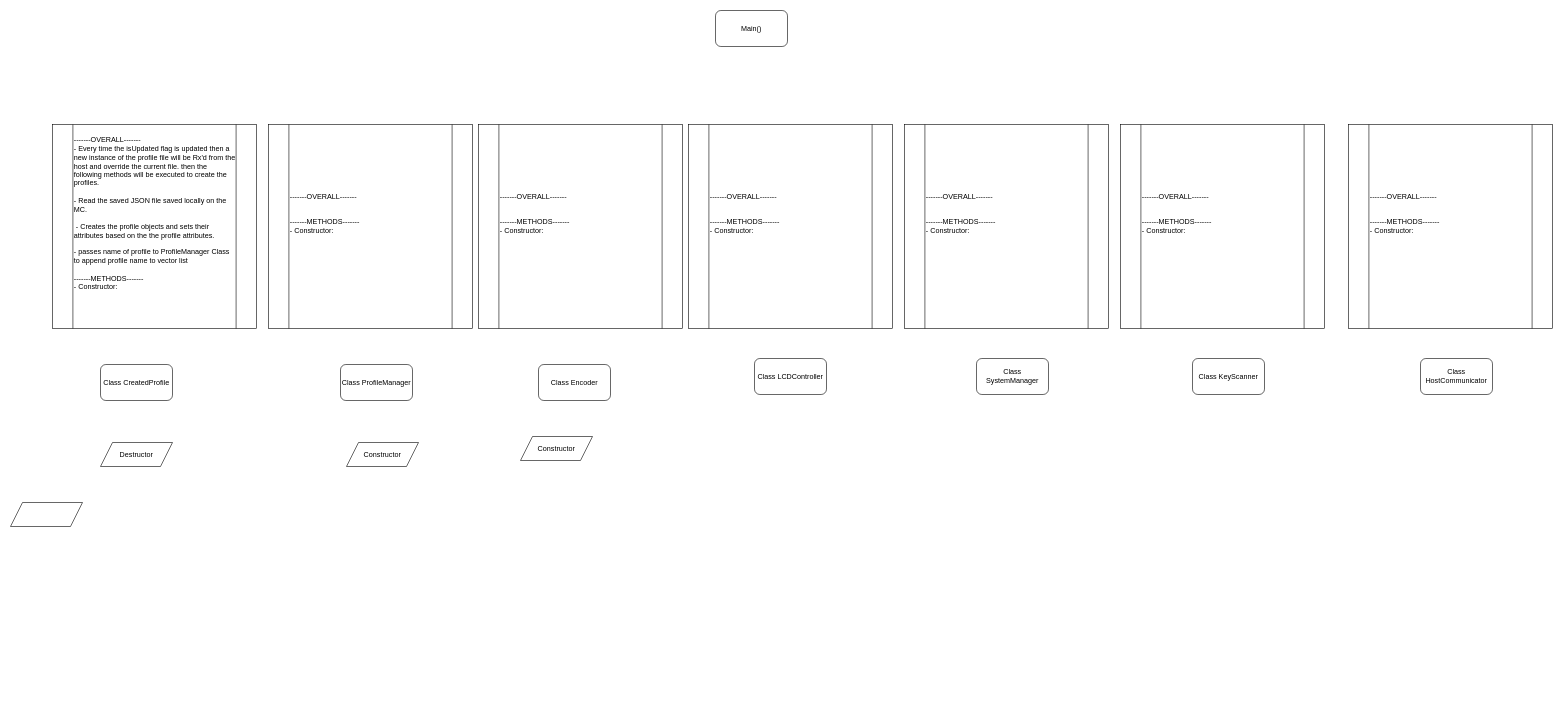
The draw.io diagram MicroController Layout.drawio in milkBread01/keyboard_GUI_and_Scanner, before the edit. Source tidied: cells renumbered, new cells numbered last; positions are measured from the earlier drawing's top-left corner, leaving out a move shared by most shapes. Both pictures are drawn from the tidied source at 60%, with x=0, y=0 at pixel (10, 10).
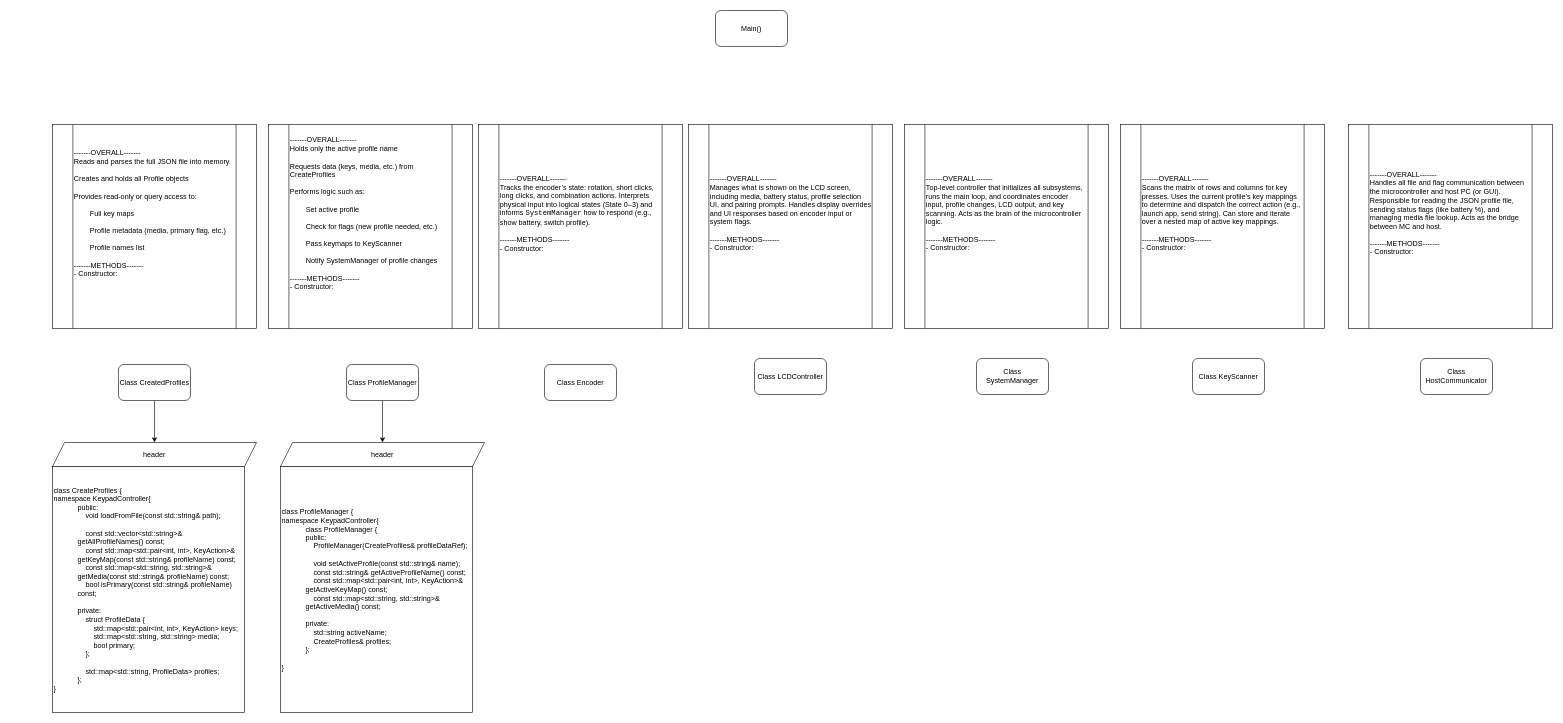
The same diagram, later.

The edit, as a diff of the source:
```diff
@@
     <mxCell id="3" value="Class Encoder" style="rounded=1;whiteSpace=wrap;html=1;" parent="1" vertex="1">
-      <mxGeometry x="880" y="590" width="120" height="60" as="geometry" />
+      <mxGeometry x="890" y="590" width="120" height="60" as="geometry" />
     </mxCell>
+    <mxCell id="21" style="edgeStyle=orthogonalEdgeStyle;rounded=0;jettySize=auto;html=1;" parent="1" edge="1" source="4" target="24">
+      <mxGeometry relative="1" as="geometry" />
+    </mxCell>
     <mxCell id="4" value="Class ProfileManager" style="rounded=1;whiteSpace=wrap;html=1;" parent="1" vertex="1">
-      <mxGeometry x="550" y="590" width="120" height="60" as="geometry" />
+      <mxGeometry x="560" y="590" width="120" height="60" as="geometry" />
     </mxCell>
@@
+    <mxCell id="22" style="edgeStyle=orthogonalEdgeStyle;rounded=0;jettySize=auto;html=1;entryX=0.5;entryY=0;entryDx=0;entryDy=0;" parent="1" edge="1" source="9" target="10">
+      <mxGeometry relative="1" as="geometry" />
+    </mxCell>
-    <mxCell id="9" value="Class CreatedProfile" style="rounded=1;whiteSpace=wrap;html=1;" parent="1" vertex="1">
-      <mxGeometry x="150" y="590" width="120" height="60" as="geometry" />
+    <mxCell id="9" value="Class CreatedProfiles" style="rounded=1;whiteSpace=wrap;html=1;" parent="1" vertex="1">
+      <mxGeometry x="180" y="590" width="120" height="60" as="geometry" />
     </mxCell>
-    <mxCell id="10" value="Destructor" style="shape=parallelogram;perimeter=parallelogramPerimeter;whiteSpace=wrap;html=1;fixedSize=1;" parent="1" vertex="1">
-      <mxGeometry x="150" y="720" width="120" height="40" as="geometry" />
+    <mxCell id="10" value="header" style="shape=parallelogram;perimeter=parallelogramPerimeter;whiteSpace=wrap;html=1;fixedSize=1;" parent="1" vertex="1">
+      <mxGeometry x="70" y="720" width="340" height="40" as="geometry" />
     </mxCell>
-    <mxCell id="11" value="Constructor" style="shape=parallelogram;perimeter=parallelogramPerimeter;whiteSpace=wrap;html=1;fixedSize=1;" parent="1" vertex="1">
-      <mxGeometry x="850" y="710" width="120" height="40" as="geometry" />
-    </mxCell>
-    <mxCell id="12" style="shape=parallelogram;perimeter=parallelogramPerimeter;whiteSpace=wrap;html=1;fixedSize=1;" parent="1" vertex="1">
-      <mxGeometry y="820" width="120" height="40" as="geometry" />
-    </mxCell>
-    <mxCell id="13" value="Constructor" style="shape=parallelogram;perimeter=parallelogramPerimeter;whiteSpace=wrap;html=1;fixedSize=1;" parent="1" vertex="1">
-      <mxGeometry x="560" y="720" width="120" height="40" as="geometry" />
-    </mxCell>
-    <mxCell id="14" value="-------OVERALL-------&amp;nbsp;&lt;div&gt;- Every time the isUpdated flag is updated then a new instance of the profile file will be Rx'd from the host and override the current file. then the following methods will be executed to create the profiles.&amp;nbsp;&lt;/div&gt;&lt;div&gt;&lt;br&gt;&lt;div&gt;- Read the saved JSON file saved locally on the MC.&amp;nbsp;&lt;/div&gt;&lt;div&gt;&lt;br&gt;&lt;/div&gt;&lt;div&gt;&amp;nbsp;- Creates the profile objects and sets their attributes based on the the profile attributes.&amp;nbsp;&lt;/div&gt;&lt;div&gt;&lt;br&gt;&lt;/div&gt;&lt;div&gt;- passes name of profile to ProfileManager Class to append profile name to vector list&amp;nbsp;&lt;/div&gt;&lt;div&gt;&lt;br&gt;&lt;/div&gt;&lt;div&gt;-------METHODS-------&amp;nbsp;&lt;/div&gt;&lt;div&gt;- Constructor:&lt;br&gt;&lt;br&gt;&lt;br&gt;&lt;br&gt;&lt;/div&gt;&lt;/div&gt;" style="shape=process;whiteSpace=wrap;html=1;backgroundOutline=1;align=left;" parent="1" vertex="1">
+    <mxCell id="14" value="-------OVERALL-------&amp;nbsp;&lt;div&gt;&lt;div&gt;Reads and parses the full JSON file into memory&lt;/div&gt;&lt;div&gt;&lt;br&gt;&lt;/div&gt;&lt;div&gt;Creates and holds all Profile objects&lt;/div&gt;&lt;div&gt;&lt;br&gt;&lt;/div&gt;&lt;div&gt;Provides read-only or query access to:&lt;/div&gt;&lt;div&gt;&lt;br&gt;&lt;/div&gt;&lt;div&gt;&lt;span style=&quot;white-space: pre;&quot;&gt;&#9;&lt;/span&gt;Full key maps&lt;/div&gt;&lt;div&gt;&lt;br&gt;&lt;/div&gt;&lt;div&gt;&lt;span style=&quot;white-space: pre;&quot;&gt;&#9;&lt;/span&gt;Profile metadata (media, primary flag, etc.)&lt;/div&gt;&lt;div&gt;&lt;br&gt;&lt;/div&gt;&lt;div&gt;&lt;span style=&quot;white-space: pre;&quot;&gt;&#9;&lt;/span&gt;Profile names list&lt;/div&gt;&lt;/div&gt;&lt;div&gt;&lt;div&gt;&lt;br&gt;&lt;/div&gt;&lt;div&gt;-------METHODS-------&amp;nbsp;&lt;/div&gt;&lt;div&gt;- Constructor:&lt;br&gt;&lt;br&gt;&lt;br&gt;&lt;br&gt;&lt;/div&gt;&lt;/div&gt;" style="shape=process;whiteSpace=wrap;html=1;backgroundOutline=1;align=left;" parent="1" vertex="1">
       <mxGeometry x="70" y="190" width="340" height="340" as="geometry" />
     </mxCell>
-    <mxCell id="15" value="-------OVERALL-------&amp;nbsp;&lt;div&gt;&lt;br&gt;&lt;/div&gt;&lt;div&gt;&lt;div&gt;&lt;br&gt;&lt;/div&gt;&lt;div&gt;-------METHODS-------&amp;nbsp;&lt;/div&gt;&lt;div&gt;- Constructor:&lt;br&gt;&lt;br&gt;&lt;br&gt;&lt;br&gt;&lt;/div&gt;&lt;/div&gt;" style="shape=process;whiteSpace=wrap;html=1;backgroundOutline=1;align=left;" parent="1" vertex="1">
+    <mxCell id="15" value="-------OVERALL-------&amp;nbsp;&lt;div&gt;&lt;div&gt;Holds only the active profile name&lt;/div&gt;&lt;div&gt;&lt;br&gt;&lt;/div&gt;&lt;div&gt;Requests data (keys, media, etc.) from CreateProfiles&lt;/div&gt;&lt;div&gt;&lt;br&gt;&lt;/div&gt;&lt;div&gt;Performs logic such as:&lt;/div&gt;&lt;div&gt;&lt;br&gt;&lt;/div&gt;&lt;div&gt;&lt;span style=&quot;white-space: pre;&quot;&gt;&#9;&lt;/span&gt;Set active profile&lt;/div&gt;&lt;div&gt;&lt;br&gt;&lt;/div&gt;&lt;div&gt;&lt;span style=&quot;white-space: pre;&quot;&gt;&#9;&lt;/span&gt;Check for flags (new profile needed, etc.)&lt;/div&gt;&lt;div&gt;&lt;br&gt;&lt;/div&gt;&lt;div&gt;&lt;span style=&quot;white-space: pre;&quot;&gt;&#9;&lt;/span&gt;Pass keymaps to KeyScanner&lt;/div&gt;&lt;div&gt;&lt;br&gt;&lt;/div&gt;&lt;div&gt;&lt;span style=&quot;white-space: pre;&quot;&gt;&#9;&lt;/span&gt;Notify SystemManager of profile changes&lt;/div&gt;&lt;/div&gt;&lt;div&gt;&lt;div&gt;&lt;br&gt;&lt;/div&gt;&lt;div&gt;-------METHODS-------&amp;nbsp;&lt;/div&gt;&lt;div&gt;- Constructor:&lt;br&gt;&lt;br&gt;&lt;br&gt;&lt;br&gt;&lt;/div&gt;&lt;/div&gt;" style="shape=process;whiteSpace=wrap;html=1;backgroundOutline=1;align=left;" parent="1" vertex="1">
       <mxGeometry x="430" y="190" width="340" height="340" as="geometry" />
     </mxCell>
-    <mxCell id="16" value="-------OVERALL-------&amp;nbsp;&lt;div&gt;&lt;br&gt;&lt;/div&gt;&lt;div&gt;&lt;div&gt;&lt;br&gt;&lt;/div&gt;&lt;div&gt;-------METHODS-------&amp;nbsp;&lt;/div&gt;&lt;div&gt;- Constructor:&lt;br&gt;&lt;br&gt;&lt;br&gt;&lt;br&gt;&lt;/div&gt;&lt;/div&gt;" style="shape=process;whiteSpace=wrap;html=1;backgroundOutline=1;align=left;" parent="1" vertex="1">
+    <mxCell id="16" value="-------OVERALL-------&amp;nbsp;&lt;div&gt;Tracks the encoder’s state: rotation, short clicks, long clicks, and combination actions. Interprets physical input into logical states (State 0–3) and informs &lt;code&gt;SystemManager&lt;/code&gt; how to respond (e.g., show battery, switch profile).&lt;/div&gt;&lt;div&gt;&lt;div&gt;&lt;br&gt;&lt;/div&gt;&lt;div&gt;-------METHODS-------&amp;nbsp;&lt;/div&gt;&lt;div&gt;- Constructor:&lt;br&gt;&lt;br&gt;&lt;br&gt;&lt;br&gt;&lt;/div&gt;&lt;/div&gt;" style="shape=process;whiteSpace=wrap;html=1;backgroundOutline=1;align=left;" parent="1" vertex="1">
       <mxGeometry x="780" y="190" width="340" height="340" as="geometry" />
     </mxCell>
-    <mxCell id="17" value="-------OVERALL-------&amp;nbsp;&lt;div&gt;&lt;br&gt;&lt;/div&gt;&lt;div&gt;&lt;div&gt;&lt;br&gt;&lt;/div&gt;&lt;div&gt;-------METHODS-------&amp;nbsp;&lt;/div&gt;&lt;div&gt;- Constructor:&lt;br&gt;&lt;br&gt;&lt;br&gt;&lt;br&gt;&lt;/div&gt;&lt;/div&gt;" style="shape=process;whiteSpace=wrap;html=1;backgroundOutline=1;align=left;" parent="1" vertex="1">
+    <mxCell id="17" value="-------OVERALL-------&amp;nbsp;&lt;div&gt;Manages what is shown on the LCD screen, including media, battery status, profile selection UI, and pairing prompts. Handles display overrides and UI responses based on encoder input or system flags.&lt;/div&gt;&lt;div&gt;&lt;div&gt;&lt;br&gt;&lt;/div&gt;&lt;div&gt;-------METHODS-------&amp;nbsp;&lt;/div&gt;&lt;div&gt;- Constructor:&lt;br&gt;&lt;br&gt;&lt;br&gt;&lt;br&gt;&lt;/div&gt;&lt;/div&gt;" style="shape=process;whiteSpace=wrap;html=1;backgroundOutline=1;align=left;" parent="1" vertex="1">
       <mxGeometry x="1130" y="190" width="340" height="340" as="geometry" />
     </mxCell>
-    <mxCell id="18" value="-------OVERALL-------&amp;nbsp;&lt;div&gt;&lt;br&gt;&lt;/div&gt;&lt;div&gt;&lt;div&gt;&lt;br&gt;&lt;/div&gt;&lt;div&gt;-------METHODS-------&amp;nbsp;&lt;/div&gt;&lt;div&gt;- Constructor:&lt;br&gt;&lt;br&gt;&lt;br&gt;&lt;br&gt;&lt;/div&gt;&lt;/div&gt;" style="shape=process;whiteSpace=wrap;html=1;backgroundOutline=1;align=left;" parent="1" vertex="1">
+    <mxCell id="18" value="-------OVERALL-------&amp;nbsp;&lt;div&gt;Top-level controller that initializes all subsystems, runs the main loop, and coordinates encoder input, profile changes, LCD output, and key scanning. Acts as the brain of the microcontroller logic.&lt;/div&gt;&lt;div&gt;&lt;div&gt;&lt;br&gt;&lt;/div&gt;&lt;div&gt;-------METHODS-------&amp;nbsp;&lt;/div&gt;&lt;div&gt;- Constructor:&lt;br&gt;&lt;br&gt;&lt;br&gt;&lt;br&gt;&lt;/div&gt;&lt;/div&gt;" style="shape=process;whiteSpace=wrap;html=1;backgroundOutline=1;align=left;" parent="1" vertex="1">
       <mxGeometry x="1490" y="190" width="340" height="340" as="geometry" />
     </mxCell>
-    <mxCell id="19" value="-------OVERALL-------&amp;nbsp;&lt;div&gt;&lt;br&gt;&lt;/div&gt;&lt;div&gt;&lt;div&gt;&lt;br&gt;&lt;/div&gt;&lt;div&gt;-------METHODS-------&amp;nbsp;&lt;/div&gt;&lt;div&gt;- Constructor:&lt;br&gt;&lt;br&gt;&lt;br&gt;&lt;br&gt;&lt;/div&gt;&lt;/div&gt;" style="shape=process;whiteSpace=wrap;html=1;backgroundOutline=1;align=left;" parent="1" vertex="1">
+    <mxCell id="19" value="-------OVERALL-------&amp;nbsp;&lt;div&gt;Scans the matrix of rows and columns for key presses. Uses the current profile’s key mappings to determine and dispatch the correct action (e.g., launch app, send string). Can store and iterate over a nested map of active key mappings.&lt;/div&gt;&lt;div&gt;&lt;div&gt;&lt;br&gt;&lt;/div&gt;&lt;div&gt;-------METHODS-------&amp;nbsp;&lt;/div&gt;&lt;div&gt;- Constructor:&lt;br&gt;&lt;br&gt;&lt;br&gt;&lt;br&gt;&lt;/div&gt;&lt;/div&gt;" style="shape=process;whiteSpace=wrap;html=1;backgroundOutline=1;align=left;" parent="1" vertex="1">
       <mxGeometry x="1850" y="190" width="340" height="340" as="geometry" />
     </mxCell>
-    <mxCell id="20" value="-------OVERALL-------&amp;nbsp;&lt;div&gt;&lt;br&gt;&lt;/div&gt;&lt;div&gt;&lt;div&gt;&lt;br&gt;&lt;/div&gt;&lt;div&gt;-------METHODS-------&amp;nbsp;&lt;/div&gt;&lt;div&gt;- Constructor:&lt;br&gt;&lt;br&gt;&lt;br&gt;&lt;br&gt;&lt;/div&gt;&lt;/div&gt;" style="shape=process;whiteSpace=wrap;html=1;backgroundOutline=1;align=left;" parent="1" vertex="1">
+    <mxCell id="20" value="-------OVERALL-------&amp;nbsp;&lt;div&gt;Handles all file and flag communication between the microcontroller and host PC (or GUI). Responsible for reading the JSON profile file, sending status flags (like battery %), and managing media file lookup. Acts as the bridge between MC and host.&lt;/div&gt;&lt;div&gt;&lt;div&gt;&lt;br&gt;&lt;/div&gt;&lt;div&gt;-------METHODS-------&amp;nbsp;&lt;/div&gt;&lt;div&gt;- Constructor:&lt;br&gt;&lt;br&gt;&lt;br&gt;&lt;br&gt;&lt;/div&gt;&lt;/div&gt;" style="shape=process;whiteSpace=wrap;html=1;backgroundOutline=1;align=left;" parent="1" vertex="1">
       <mxGeometry x="2230" y="190" width="340" height="340" as="geometry" />
     </mxCell>
+    <mxCell id="23" value="&lt;div&gt;class CreateProfiles {&lt;/div&gt;&lt;div&gt;namespace KeypadController{&lt;/div&gt;&lt;blockquote style=&quot;margin: 0 0 0 40px; border: none; padding: 0px;&quot;&gt;&lt;div&gt;public:&lt;/div&gt;&lt;div&gt;&amp;nbsp; &amp;nbsp; void loadFromFile(const std::string&amp;amp; path);&lt;/div&gt;&lt;div&gt;&lt;br&gt;&lt;/div&gt;&lt;div&gt;&amp;nbsp; &amp;nbsp; const std::vector&amp;lt;std::string&amp;gt;&amp;amp; getAllProfileNames() const;&lt;/div&gt;&lt;div&gt;&amp;nbsp; &amp;nbsp; const std::map&amp;lt;std::pair&amp;lt;int, int&amp;gt;, KeyAction&amp;gt;&amp;amp; getKeyMap(const std::string&amp;amp; profileName) const;&lt;/div&gt;&lt;div&gt;&amp;nbsp; &amp;nbsp; const std::map&amp;lt;std::string, std::string&amp;gt;&amp;amp; getMedia(const std::string&amp;amp; profileName) const;&lt;/div&gt;&lt;div&gt;&amp;nbsp; &amp;nbsp; bool isPrimary(const std::string&amp;amp; profileName) const;&lt;/div&gt;&lt;div&gt;&lt;br&gt;&lt;/div&gt;&lt;div&gt;private:&lt;/div&gt;&lt;div&gt;&amp;nbsp; &amp;nbsp; struct ProfileData {&lt;/div&gt;&lt;div&gt;&amp;nbsp; &amp;nbsp; &amp;nbsp; &amp;nbsp; std::map&amp;lt;std::pair&amp;lt;int, int&amp;gt;, KeyAction&amp;gt; keys;&lt;/div&gt;&lt;div&gt;&amp;nbsp; &amp;nbsp; &amp;nbsp; &amp;nbsp; std::map&amp;lt;std::string, std::string&amp;gt; media;&lt;/div&gt;&lt;div&gt;&amp;nbsp; &amp;nbsp; &amp;nbsp; &amp;nbsp; bool primary;&lt;/div&gt;&lt;div&gt;&amp;nbsp; &amp;nbsp; };&lt;/div&gt;&lt;div&gt;&lt;br&gt;&lt;/div&gt;&lt;div&gt;&amp;nbsp; &amp;nbsp; std::map&amp;lt;std::string, ProfileData&amp;gt; profiles;&lt;/div&gt;&lt;div&gt;};&lt;/div&gt;&lt;/blockquote&gt;&lt;div&gt;}&lt;/div&gt;" style="rounded=0;whiteSpace=wrap;html=1;align=left;" parent="1" vertex="1">
+      <mxGeometry x="70" y="760" width="320" height="410" as="geometry" />
+    </mxCell>
+    <mxCell id="24" value="header" style="shape=parallelogram;perimeter=parallelogramPerimeter;whiteSpace=wrap;html=1;fixedSize=1;" parent="1" vertex="1">
+      <mxGeometry x="450" y="720" width="340" height="40" as="geometry" />
+    </mxCell>
+    <mxCell id="25" value="&lt;div&gt;class ProfileManager&amp;nbsp;{&lt;/div&gt;&lt;div&gt;namespace KeypadController{&lt;/div&gt;&lt;blockquote style=&quot;margin: 0 0 0 40px; border: none; padding: 0px;&quot;&gt;&lt;div&gt;class ProfileManager {&lt;/div&gt;&lt;div&gt;public:&lt;/div&gt;&lt;div&gt;&amp;nbsp; &amp;nbsp; ProfileManager(CreateProfiles&amp;amp; profileDataRef);&lt;/div&gt;&lt;div&gt;&lt;br&gt;&lt;/div&gt;&lt;div&gt;&amp;nbsp; &amp;nbsp; void setActiveProfile(const std::string&amp;amp; name);&lt;/div&gt;&lt;div&gt;&amp;nbsp; &amp;nbsp; const std::string&amp;amp; getActiveProfileName() const;&lt;/div&gt;&lt;div&gt;&amp;nbsp; &amp;nbsp; const std::map&amp;lt;std::pair&amp;lt;int, int&amp;gt;, KeyAction&amp;gt;&amp;amp; getActiveKeyMap() const;&lt;/div&gt;&lt;div&gt;&amp;nbsp; &amp;nbsp; const std::map&amp;lt;std::string, std::string&amp;gt;&amp;amp; getActiveMedia() const;&lt;/div&gt;&lt;div&gt;&lt;br&gt;&lt;/div&gt;&lt;div&gt;private:&lt;/div&gt;&lt;div&gt;&amp;nbsp; &amp;nbsp; std::string activeName;&lt;/div&gt;&lt;div&gt;&amp;nbsp; &amp;nbsp; CreateProfiles&amp;amp; profiles;&lt;/div&gt;&lt;div&gt;};&lt;/div&gt;&lt;div&gt;&lt;br&gt;&lt;/div&gt;&lt;/blockquote&gt;&lt;div&gt;}&lt;/div&gt;" style="rounded=0;whiteSpace=wrap;html=1;align=left;" parent="1" vertex="1">
+      <mxGeometry x="450" y="760" width="320" height="410" as="geometry" />
+    </mxCell>
```
